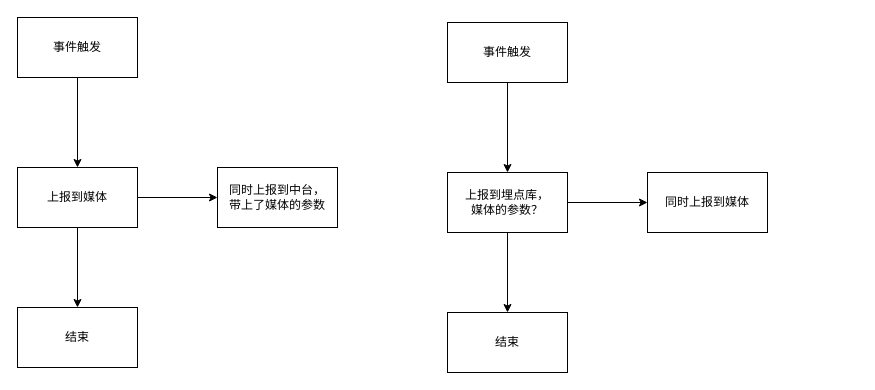
Above: 媒体上报.drawio in saitestop/Drawio (draw.io), before the change. Source tidied: cells renumbered, new cells numbered last; positions are measured from the earlier drawing's top-left corner, leaving out a move shared by most shapes. Both pictures are drawn from the tidied source at 100%, with x=0, y=0 at pixel (17, 17).
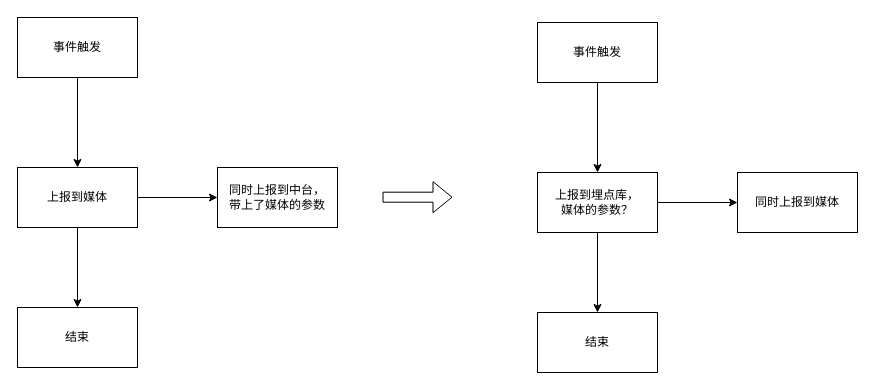
The same diagram, later.

What changed in the source:
```diff
@@
 <mxGraphModel>
   <root>
     <mxCell id="0" />
     <mxCell id="1" parent="0" />
     <mxCell id="2" style="edgeStyle=orthogonalEdgeStyle;rounded=0;jettySize=auto;html=1;" parent="1" edge="1" source="4" target="7">
       <mxGeometry relative="1" as="geometry" />
     </mxCell>
     <mxCell id="3" style="edgeStyle=orthogonalEdgeStyle;rounded=0;jettySize=auto;html=1;entryX=0.5;entryY=0;entryDx=0;entryDy=0;" parent="1" edge="1" source="4" target="8">
       <mxGeometry relative="1" as="geometry" />
     </mxCell>
     <mxCell id="4" value="上报到媒体" style="rounded=0;whiteSpace=wrap;html=1;" parent="1" vertex="1">
       <mxGeometry y="150" width="120" height="60" as="geometry" />
     </mxCell>
     <mxCell id="5" style="edgeStyle=orthogonalEdgeStyle;rounded=0;jettySize=auto;html=1;" parent="1" edge="1" source="6" target="4">
       <mxGeometry relative="1" as="geometry" />
     </mxCell>
     <mxCell id="6" value="事件触发" style="rounded=0;whiteSpace=wrap;html=1;" parent="1" vertex="1">
       <mxGeometry width="120" height="60" as="geometry" />
     </mxCell>
     <mxCell id="7" value="同时上报到中台，&lt;br&gt;带上了媒体的参数" style="rounded=0;whiteSpace=wrap;html=1;" parent="1" vertex="1">
       <mxGeometry x="200" y="150" width="120" height="60" as="geometry" />
     </mxCell>
     <mxCell id="8" value="结束" style="rounded=0;whiteSpace=wrap;html=1;" parent="1" vertex="1">
       <mxGeometry y="290" width="120" height="60" as="geometry" />
     </mxCell>
     <mxCell id="9" style="edgeStyle=orthogonalEdgeStyle;rounded=0;jettySize=auto;html=1;" parent="1" edge="1" source="11" target="14">
       <mxGeometry relative="1" as="geometry" />
     </mxCell>
     <mxCell id="10" style="edgeStyle=orthogonalEdgeStyle;rounded=0;jettySize=auto;html=1;entryX=0.5;entryY=0;entryDx=0;entryDy=0;" parent="1" edge="1" source="11" target="15">
       <mxGeometry relative="1" as="geometry" />
     </mxCell>
     <mxCell id="11" value="上报到埋点库，&lt;br&gt;媒体的参数？" style="rounded=0;whiteSpace=wrap;html=1;" parent="1" vertex="1">
-      <mxGeometry x="430" y="155" width="120" height="60" as="geometry" />
+      <mxGeometry x="520" y="155" width="120" height="60" as="geometry" />
     </mxCell>
     <mxCell id="12" style="edgeStyle=orthogonalEdgeStyle;rounded=0;jettySize=auto;html=1;" parent="1" edge="1" source="13" target="11">
       <mxGeometry relative="1" as="geometry" />
     </mxCell>
     <mxCell id="13" value="事件触发" style="rounded=0;whiteSpace=wrap;html=1;" parent="1" vertex="1">
-      <mxGeometry x="430" y="5" width="120" height="60" as="geometry" />
+      <mxGeometry x="520" y="5" width="120" height="60" as="geometry" />
     </mxCell>
     <mxCell id="14" value="同时上报到媒体" style="rounded=0;whiteSpace=wrap;html=1;" parent="1" vertex="1">
-      <mxGeometry x="630" y="155" width="120" height="60" as="geometry" />
+      <mxGeometry x="720" y="155" width="120" height="60" as="geometry" />
     </mxCell>
     <mxCell id="15" value="结束" style="rounded=0;whiteSpace=wrap;html=1;" parent="1" vertex="1">
-      <mxGeometry x="430" y="295" width="120" height="60" as="geometry" />
+      <mxGeometry x="520" y="295" width="120" height="60" as="geometry" />
     </mxCell>
+    <mxCell id="16" style="shape=flexArrow;endArrow=classic;html=1;rounded=0;" parent="1" edge="1">
+      <mxGeometry relative="1" as="geometry">
+        <mxPoint x="365" y="179.7" as="sourcePoint" />
+        <mxPoint x="435" y="179.7" as="targetPoint" />
+      </mxGeometry>
+    </mxCell>
   </root>
 </mxGraphModel>
```
